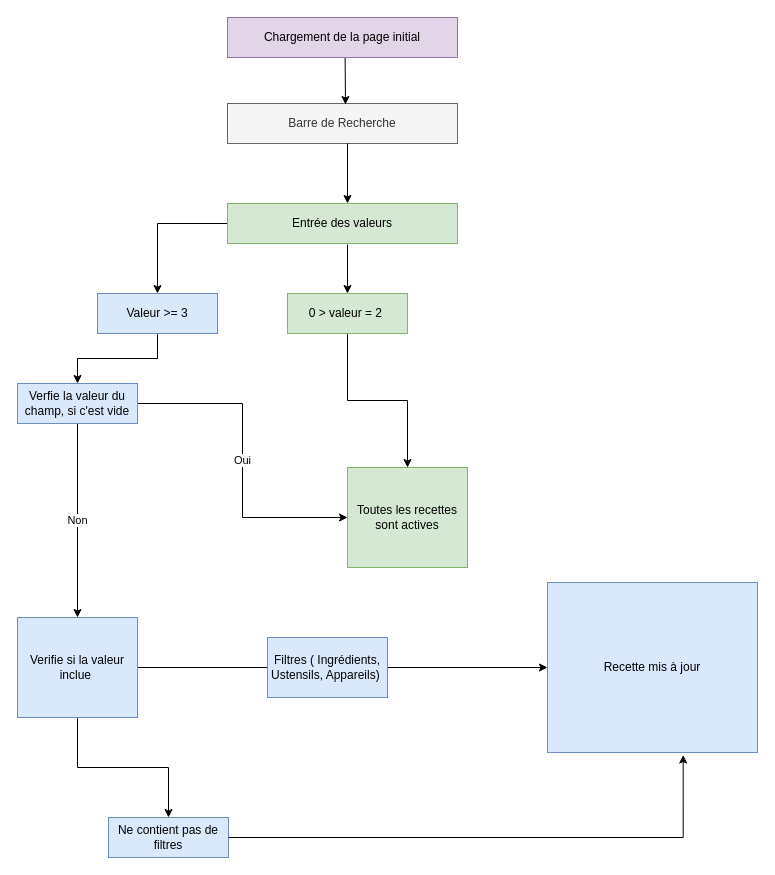
Before: petitsplats.drawio in Takwua/PetitsPLats, a draw.io diagram. Source tidied: cells renumbered, new cells numbered last; positions are measured from the earlier drawing's top-left corner, leaving out a move shared by most shapes. Both pictures are drawn from the tidied source at 100%, with x=0, y=0 at pixel (17, 17).
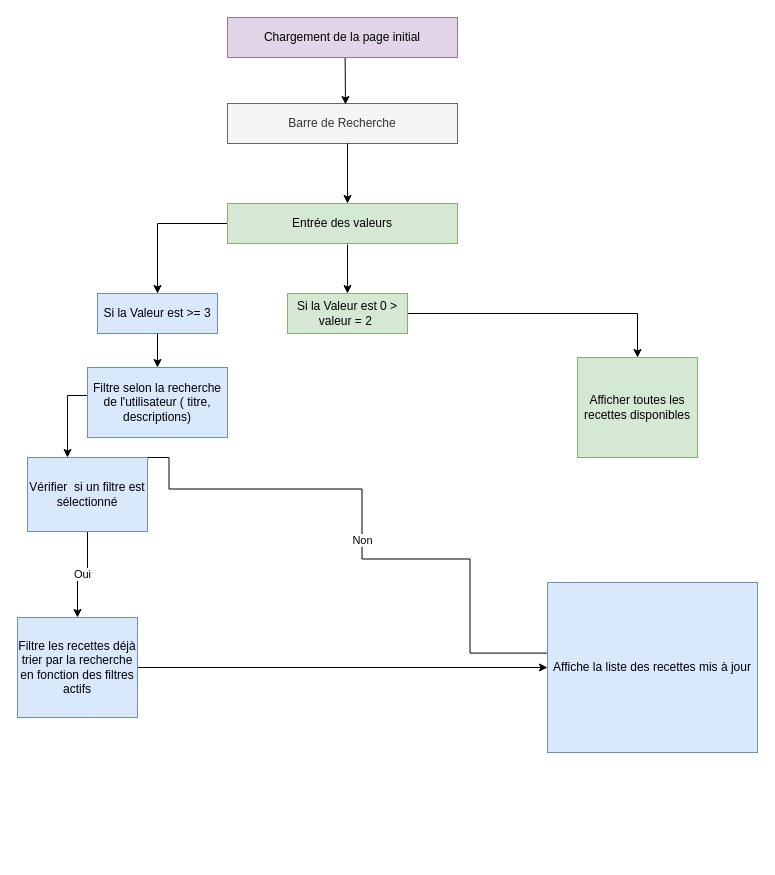
The same page after the edit.

Commit message:
Mettre à jour petitsplats.drawio

The edit, as a diff of the source:
```diff
@@
-    <mxCell id="7" style="edgeStyle=orthogonalEdgeStyle;rounded=0;jettySize=auto;html=1;" parent="1" edge="1" source="8" target="11">
-      <mxGeometry relative="1" as="geometry" />
+    <mxCell id="7" style="edgeStyle=orthogonalEdgeStyle;rounded=0;jettySize=auto;html=1;" parent="1" edge="1" source="25" target="11">
+      <mxGeometry relative="1" as="geometry">
+        <Array as="points">
+          <mxPoint x="140" y="378" />
+          <mxPoint x="50" y="378" />
+        </Array>
+      </mxGeometry>
     </mxCell>
-    <mxCell id="8" value="Valeur &amp;gt;= 3" style="rounded=0;whiteSpace=wrap;html=1;fillColor=#dae8fc;strokeColor=#6c8ebf;" parent="1" vertex="1">
+    <mxCell id="8" value="Si la Valeur est &amp;gt;= 3" style="rounded=0;whiteSpace=wrap;html=1;fillColor=#dae8fc;strokeColor=#6c8ebf;" parent="1" vertex="1">
       <mxGeometry x="80" y="276" width="120" height="40" as="geometry" />
     </mxCell>
-    <mxCell id="9" value="Oui" style="edgeStyle=orthogonalEdgeStyle;rounded=0;jettySize=auto;html=1;entryX=0;entryY=0.5;entryDx=0;entryDy=0;" parent="1" edge="1" source="11" target="15">
-      <mxGeometry relative="1" as="geometry" />
+    <mxCell id="9" value="Non" style="edgeStyle=orthogonalEdgeStyle;rounded=0;orthogonalLoop=1;jettySize=auto;html=1;entryX=-0.014;entryY=0.218;entryDx=0;entryDy=0;entryPerimeter=0;exitX=1;exitY=0.25;exitDx=0;exitDy=0;" parent="1" edge="1">
+      <mxGeometry relative="1" as="geometry">
+        <mxPoint x="91.5" y="440" as="sourcePoint" />
+        <mxPoint x="568.5" y="635.6" as="targetPoint" />
+        <Array as="points">
+          <mxPoint x="151.5" y="440.5" />
+          <mxPoint x="151.5" y="471.5" />
+          <mxPoint x="344.5" y="471.5" />
+          <mxPoint x="344.5" y="541.5" />
+          <mxPoint x="452.5" y="541.5" />
+          <mxPoint x="452.5" y="635.5" />
+        </Array>
+      </mxGeometry>
     </mxCell>
-    <mxCell id="10" value="Non" style="edgeStyle=orthogonalEdgeStyle;rounded=0;jettySize=auto;html=1;entryX=0.5;entryY=0;entryDx=0;entryDy=0;" parent="1" edge="1" source="11" target="14">
+    <mxCell id="10" value="Oui" style="edgeStyle=orthogonalEdgeStyle;rounded=0;jettySize=auto;html=1;entryX=0.5;entryY=0;entryDx=0;entryDy=0;" parent="1" edge="1" source="11" target="14">
       <mxGeometry relative="1" as="geometry" />
     </mxCell>
-    <mxCell id="11" value="Verfie la valeur du champ, si c'est vide" style="rounded=0;whiteSpace=wrap;html=1;fillColor=#dae8fc;strokeColor=#6c8ebf;" parent="1" vertex="1">
-      <mxGeometry y="366" width="120" height="40" as="geometry" />
+    <mxCell id="11" value="Vérifier&amp;nbsp; si un filtre est sélectionné" style="rounded=0;whiteSpace=wrap;html=1;fillColor=#dae8fc;strokeColor=#6c8ebf;" parent="1" vertex="1">
+      <mxGeometry x="10" y="440" width="120" height="74" as="geometry" />
     </mxCell>
-    <mxCell id="12" style="edgeStyle=orthogonalEdgeStyle;rounded=0;jettySize=auto;html=1;" parent="1" edge="1" source="14" target="21">
-      <mxGeometry relative="1" as="geometry" />
-    </mxCell>
@@
-    <mxCell id="14" value="Verifie si la valeur inclue&amp;nbsp;" style="rounded=0;whiteSpace=wrap;html=1;fillColor=#dae8fc;strokeColor=#6c8ebf;" parent="1" vertex="1">
+    <mxCell id="14" value="Filtre les recettes déjà trier par la recherche en fonction des filtres actifs" style="rounded=0;whiteSpace=wrap;html=1;fillColor=#dae8fc;strokeColor=#6c8ebf;" parent="1" vertex="1">
       <mxGeometry y="600" width="120" height="100" as="geometry" />
     </mxCell>
-    <mxCell id="15" value="Toutes les recettes sont actives" style="rounded=0;whiteSpace=wrap;html=1;fillColor=#d5e8d4;strokeColor=#82b366;" parent="1" vertex="1">
-      <mxGeometry x="330" y="450" width="120" height="100" as="geometry" />
+    <mxCell id="15" value="Afficher toutes les recettes disponibles" style="rounded=0;whiteSpace=wrap;html=1;fillColor=#d5e8d4;strokeColor=#82b366;" parent="1" vertex="1">
+      <mxGeometry x="560" y="340" width="120" height="100" as="geometry" />
     </mxCell>
@@
-    <mxCell id="17" value="0 &amp;gt; valeur = 2&amp;nbsp;" style="rounded=0;whiteSpace=wrap;html=1;fillColor=#d5e8d4;strokeColor=#82b366;" parent="1" vertex="1">
+    <mxCell id="17" value="Si la Valeur est 0 &amp;gt; valeur = 2&amp;nbsp;" style="rounded=0;whiteSpace=wrap;html=1;fillColor=#d5e8d4;strokeColor=#82b366;" parent="1" vertex="1">
       <mxGeometry x="270" y="276" width="120" height="40" as="geometry" />
     </mxCell>
@@
-    <mxCell id="20" value="Recette mis à jour" style="rounded=0;whiteSpace=wrap;html=1;fillColor=#dae8fc;strokeColor=#6c8ebf;" parent="1" vertex="1">
+    <mxCell id="20" value="Affiche la liste des recettes mis à jour" style="rounded=0;whiteSpace=wrap;html=1;fillColor=#dae8fc;strokeColor=#6c8ebf;" parent="1" vertex="1">
       <mxGeometry x="530" y="565" width="210" height="170" as="geometry" />
     </mxCell>
-    <mxCell id="21" value="Ne contient pas de filtres" style="rounded=0;whiteSpace=wrap;html=1;fillColor=#dae8fc;strokeColor=#6c8ebf;" parent="1" vertex="1">
-      <mxGeometry x="91" y="800" width="120" height="40" as="geometry" />
-    </mxCell>
-    <mxCell id="22" style="edgeStyle=orthogonalEdgeStyle;rounded=0;jettySize=auto;html=1;entryX=0.646;entryY=1.015;entryDx=0;entryDy=0;entryPerimeter=0;" parent="1" edge="1" source="21" target="20">
-      <mxGeometry relative="1" as="geometry" />
-    </mxCell>
-    <mxCell id="23" value="Filtres ( Ingrédients, Ustensils, Appareils)&amp;nbsp;" style="rounded=0;whiteSpace=wrap;html=1;fillColor=#dae8fc;strokeColor=#6c8ebf;" parent="1" vertex="1">
-      <mxGeometry x="250" y="620" width="120" height="60" as="geometry" />
-    </mxCell>
+    <mxCell id="24" style="edgeStyle=orthogonalEdgeStyle;rounded=0;jettySize=auto;html=1;" parent="1" edge="1" source="8" target="25">
+      <mxGeometry relative="1" as="geometry" />
+    </mxCell>
+    <mxCell id="25" value="Filtre selon la recherche de l'utilisateur ( titre, descriptions)" style="rounded=0;whiteSpace=wrap;html=1;fillColor=#dae8fc;strokeColor=#6c8ebf;" parent="1" vertex="1">
+      <mxGeometry x="70" y="350" width="140" height="70" as="geometry" />
+    </mxCell>
```
